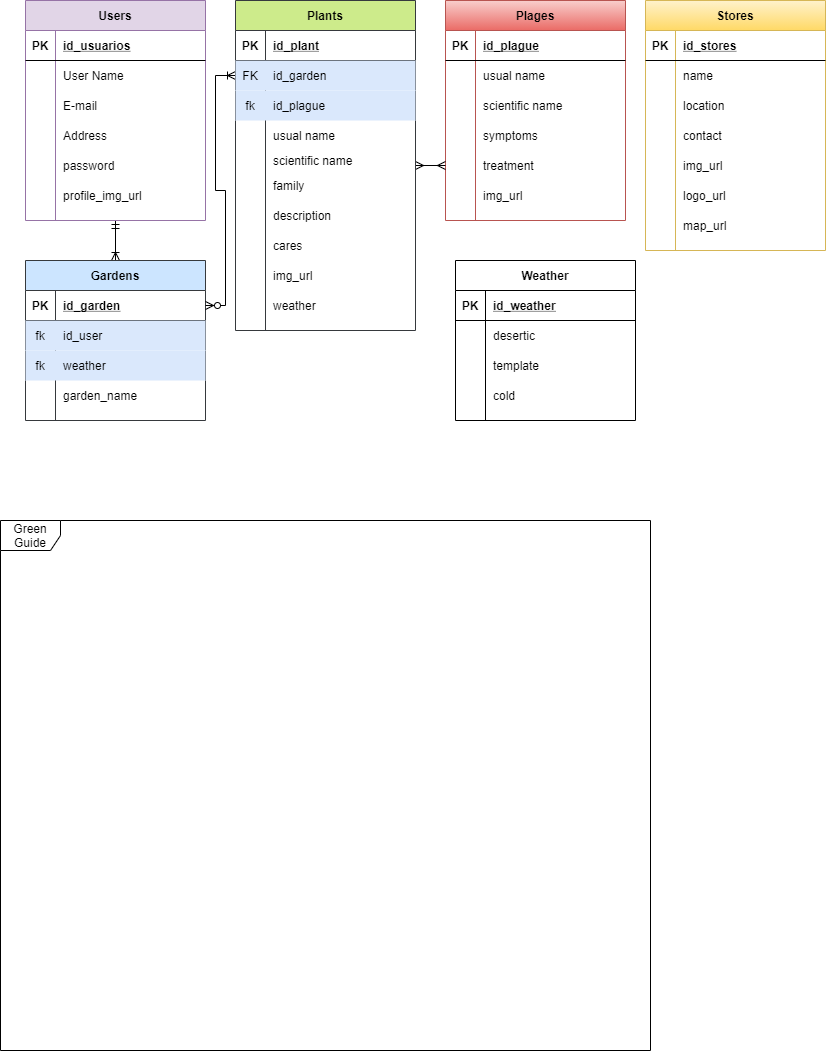
This is Untitled Diagram.png from Green-Guide-utch/Entity-Relationship-Model, a draw.io export, as it was before one commit. Source tidied: cells renumbered, new cells last; positions are measured from the earlier drawing's top-left corner, leaving out a move shared by most shapes.
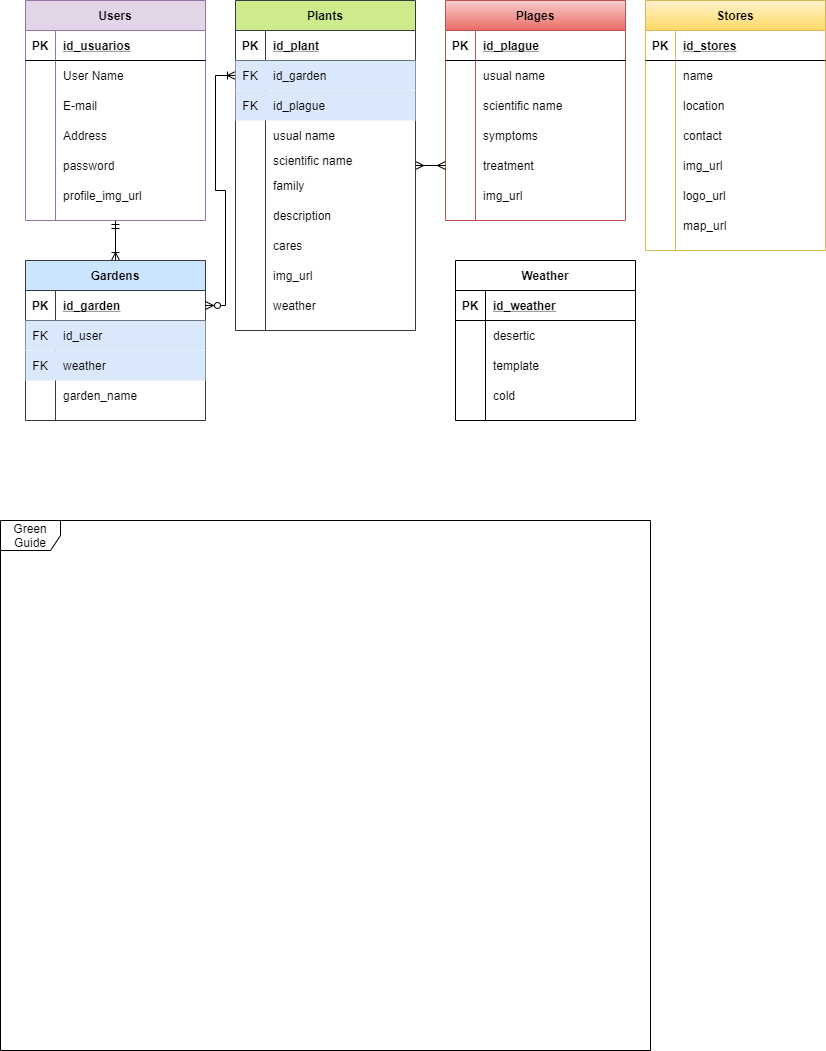
The same file after the commit.

Change to the diagram source:
```diff
@@ -140,7 +140,7 @@
     <mxCell id="47" style="shape=partialRectangle;fillColor=#dae8fc;top=0;left=0;bottom=0;right=0;strokeColor=#6c8ebf;" parent="43" vertex="1">
       <mxGeometry y="60" width="180" height="30" as="geometry" />
     </mxCell>
-    <mxCell id="48" value="fk" style="shape=partialRectangle;fillColor=none;top=0;left=0;bottom=0;right=0;overflow=hidden;" parent="47" vertex="1">
+    <mxCell id="48" value="FK" style="shape=partialRectangle;fillColor=none;top=0;left=0;bottom=0;right=0;overflow=hidden;" parent="47" vertex="1">
       <mxGeometry width="30" height="30" as="geometry" />
     </mxCell>
     <mxCell id="49" value="id_user" style="shape=partialRectangle;fillColor=none;top=0;left=0;bottom=0;right=0;align=left;spacingLeft=6;overflow=hidden;" parent="47" vertex="1">
@@ -149,7 +149,7 @@
     <mxCell id="50" style="shape=partialRectangle;fillColor=#dae8fc;top=0;left=0;bottom=0;right=0;strokeColor=#6c8ebf;" parent="43" vertex="1">
       <mxGeometry y="90" width="180" height="30" as="geometry" />
     </mxCell>
-    <mxCell id="51" value="fk" style="shape=partialRectangle;fillColor=none;top=0;left=0;bottom=0;right=0;overflow=hidden;" parent="50" vertex="1">
+    <mxCell id="51" value="FK" style="shape=partialRectangle;fillColor=none;top=0;left=0;bottom=0;right=0;overflow=hidden;" parent="50" vertex="1">
       <mxGeometry width="30" height="30" as="geometry" />
     </mxCell>
     <mxCell id="52" value="weather" style="shape=partialRectangle;fillColor=none;top=0;left=0;bottom=0;right=0;align=left;spacingLeft=6;overflow=hidden;" parent="50" vertex="1">
@@ -191,7 +191,7 @@
     <mxCell id="64" style="shape=partialRectangle;fillColor=#dae8fc;top=0;left=0;bottom=0;right=0;strokeColor=#6c8ebf;" parent="57" vertex="1">
       <mxGeometry y="90" width="180" height="30" as="geometry" />
     </mxCell>
-    <mxCell id="65" value="fk" style="shape=partialRectangle;fillColor=none;top=0;left=0;bottom=0;right=0;overflow=hidden;" parent="64" vertex="1">
+    <mxCell id="65" value="FK" style="shape=partialRectangle;fillColor=none;top=0;left=0;bottom=0;right=0;overflow=hidden;" parent="64" vertex="1">
       <mxGeometry width="30" height="30" as="geometry" />
     </mxCell>
     <mxCell id="66" value="id_plague" style="shape=partialRectangle;top=0;left=0;bottom=0;right=0;align=left;spacingLeft=6;overflow=hidden;gradientColor=#ffffff;fillColor=none;" parent="64" vertex="1">
```
